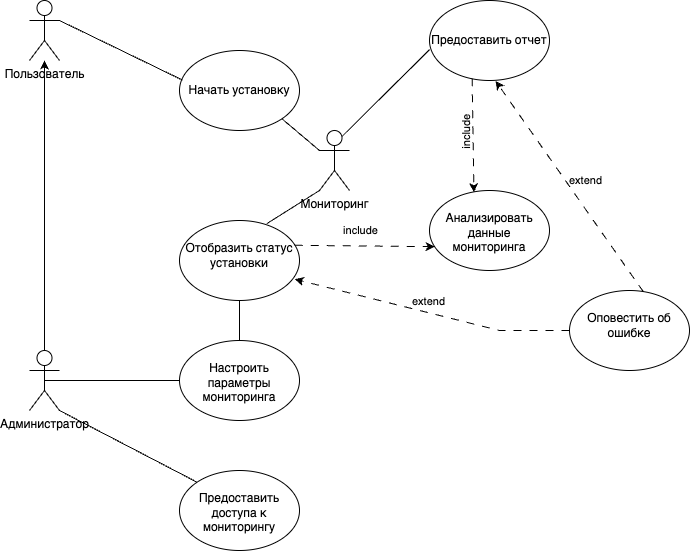
Before: Project_Analysis/Use_Case_Diagram.drawio.png, a diagram exported from draw.io (AynurVafin/Install_monitor). Source tidied: cells renumbered, new cells last; positions are measured from the earlier drawing's top-left corner, leaving out a move shared by most shapes.
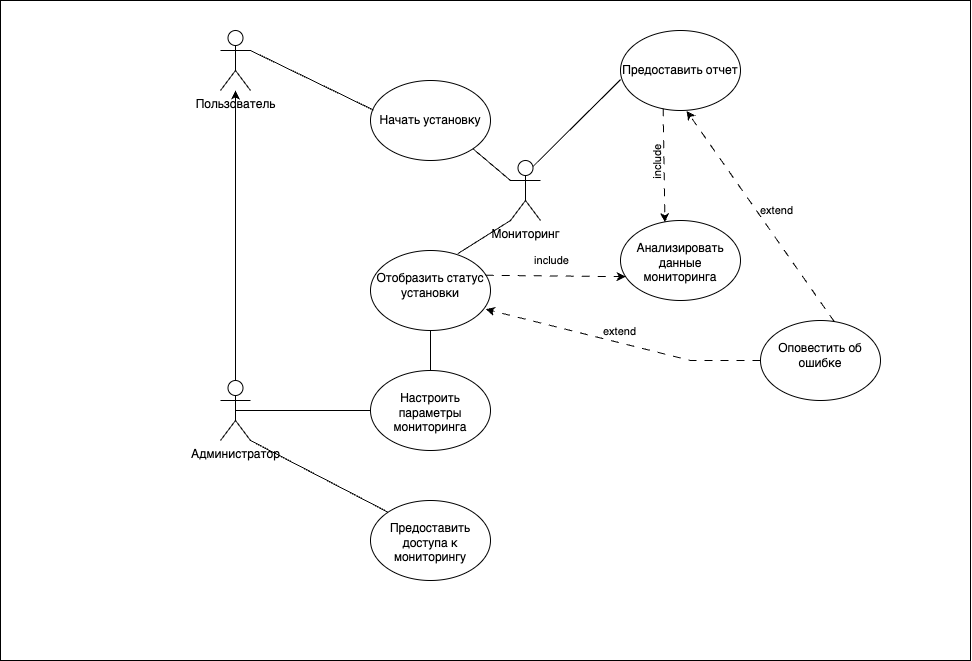
Above is the later version.

What changed in the source:
```diff
@@ -2,6 +2,9 @@
   <root>
     <mxCell id="0" />
     <mxCell id="1" parent="0" />
+    <mxCell id="24" style="rounded=0;whiteSpace=wrap;html=1;fillColor=#FFFFFF;horizontal=1;verticalAlign=middle;" parent="1" vertex="1">
+      <mxGeometry x="-220" y="-30" width="970" height="660" as="geometry" />
+    </mxCell>
     <mxCell id="2" value="Пользователь" style="shape=umlActor;verticalLabelPosition=bottom;verticalAlign=top;html=1;outlineConnect=0;labelBackgroundColor=none;" parent="1" vertex="1">
       <mxGeometry width="30" height="60" as="geometry" />
     </mxCell>
```
